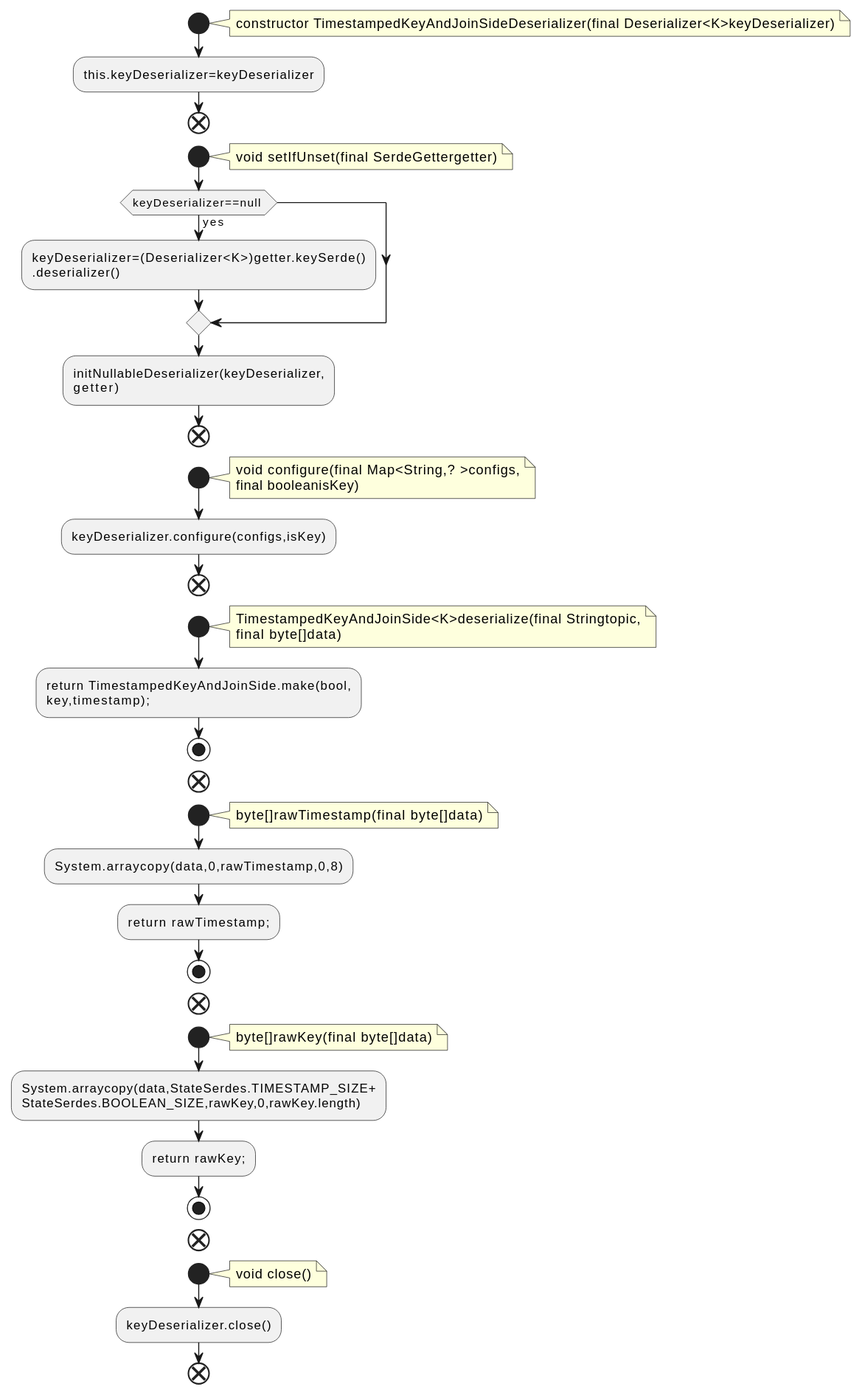
Above: docs/qc/streams/src/main/java/org/apache/kafka/streams/state/internals/TimestampedKeyAndJoinSideDeserializer.java.fct.svg in qualitesys/kafka (PlantUML), before the change. Its diagram source:
```plantuml
@startuml
!pragma layout smetana
start
note right
constructor TimestampedKeyAndJoinSideDeserializer(final Deserializer<K>keyDeserializer)
end note
:this.keyDeserializer=keyDeserializer;
end
start
note right
void setIfUnset(final SerdeGettergetter)
end note
if (keyDeserializer==null ) then (yes)
:keyDeserializer=(Deserializer<K>)getter.keySerde()
.deserializer();
endif
:initNullableDeserializer(keyDeserializer,
getter);
end
start
note right
void configure(final Map<String,? >configs,
final booleanisKey)
end note
:keyDeserializer.configure(configs,isKey);
end
start
note right
TimestampedKeyAndJoinSide<K>deserialize(final Stringtopic,
final byte[]data)
end note
:return TimestampedKeyAndJoinSide.make(bool,
key,timestamp);;
stop
end
start
note right
byte[]rawTimestamp(final byte[]data)
end note
:System.arraycopy(data,0,rawTimestamp,0,8);
:return rawTimestamp;;
stop
end
start
note right
byte[]rawKey(final byte[]data)
end note
:System.arraycopy(data,StateSerdes.TIMESTAMP_SIZE+
StateSerdes.BOOLEAN_SIZE,rawKey,0,rawKey.length);
:return rawKey;;
stop
end
start
note right
void close()
end note
:keyDeserializer.close();
end
@enduml
```
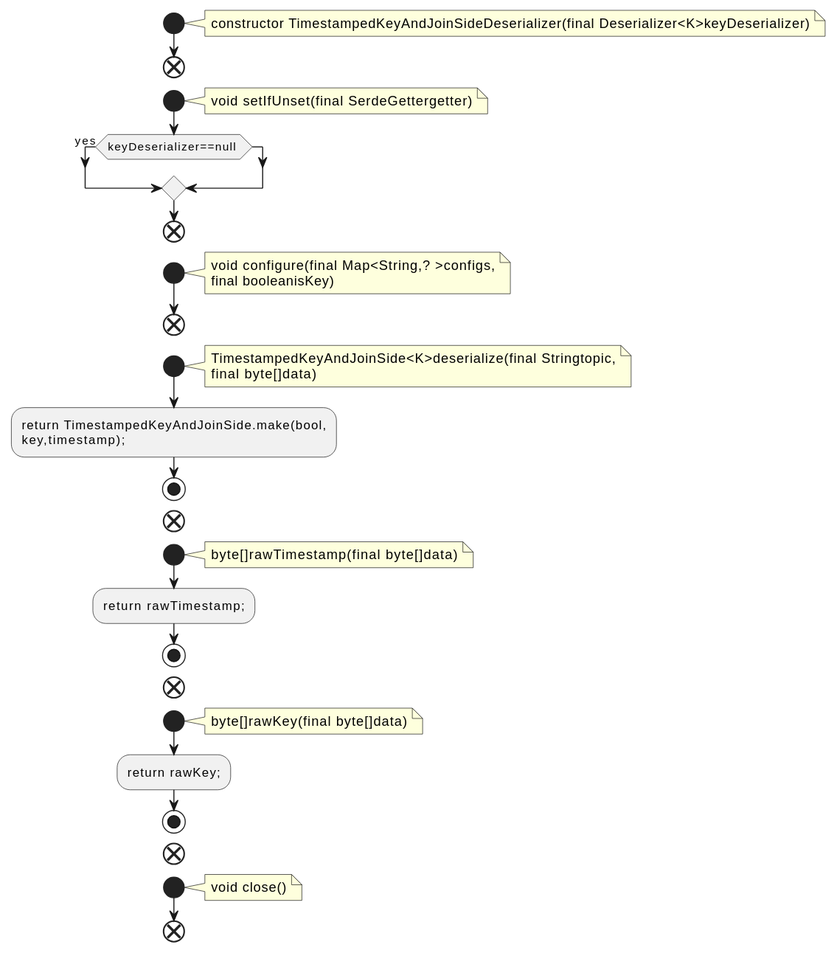
Later version of the same file.

The edit, as a diff of the source:
```diff
@@ -4,25 +4,19 @@
 note right
 constructor TimestampedKeyAndJoinSideDeserializer(final Deserializer<K>keyDeserializer)
 end note
-:this.keyDeserializer=keyDeserializer;
 end
 start
 note right
 void setIfUnset(final SerdeGettergetter)
 end note
 if (keyDeserializer==null ) then (yes)
-:keyDeserializer=(Deserializer<K>)getter.keySerde()
-.deserializer();
 endif
-:initNullableDeserializer(keyDeserializer,
-getter);
 end
 start
 note right
 void configure(final Map<String,? >configs,
 final booleanisKey)
 end note
-:keyDeserializer.configure(configs,isKey);
 end
 start
 note right
@@ -37,7 +31,6 @@
 note right
 byte[]rawTimestamp(final byte[]data)
 end note
-:System.arraycopy(data,0,rawTimestamp,0,8);
 :return rawTimestamp;;
 stop
 end
@@ -45,8 +38,6 @@
 note right
 byte[]rawKey(final byte[]data)
 end note
-:System.arraycopy(data,StateSerdes.TIMESTAMP_SIZE+
-StateSerdes.BOOLEAN_SIZE,rawKey,0,rawKey.length);
 :return rawKey;;
 stop
 end
@@ -54,6 +45,5 @@
 note right
 void close()
 end note
-:keyDeserializer.close();
 end
 @enduml
```
